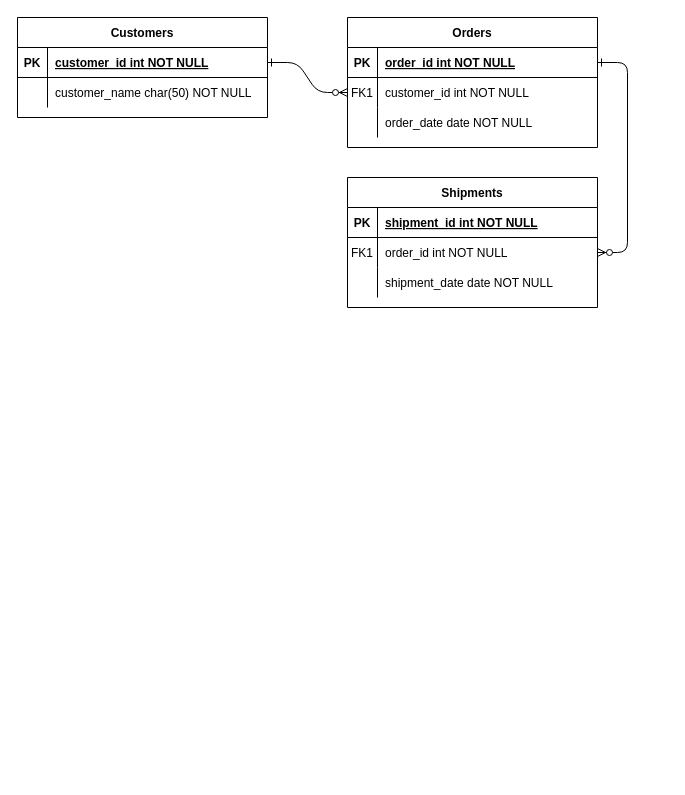
SENG330/course keeps this draw.io diagram as Untitled Diagram.drawio. Above is the earlier version. Source tidied: cells renumbered, new cells numbered last; positions are measured from the earlier drawing's top-left corner, leaving out a move shared by most shapes. Both pictures are drawn from the tidied source at 100%, with x=0, y=0 at pixel (17, 17).
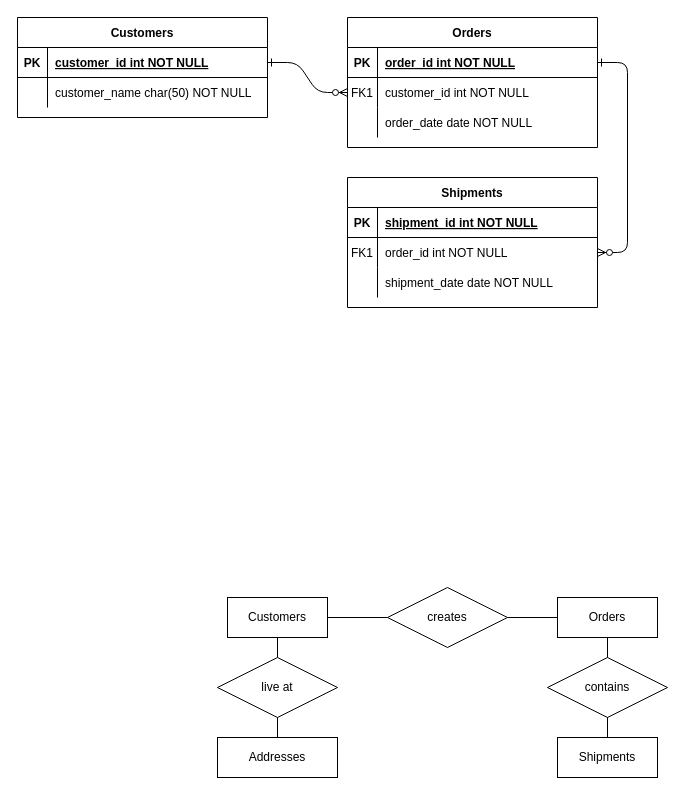
The same diagram, later.

Commit message:
Er diagram sample

Diff of the diagram source:
```diff
@@
+    <mxCell id="31" value="creates" style="shape=rhombus;perimeter=rhombusPerimeter;whiteSpace=wrap;html=1;align=center;" parent="1" vertex="1">
+      <mxGeometry x="370" y="570" width="120" height="60" as="geometry" />
+    </mxCell>
+    <mxCell id="32" value="Customers" style="whiteSpace=wrap;html=1;align=center;" parent="1" vertex="1">
+      <mxGeometry x="210" y="580" width="100" height="40" as="geometry" />
+    </mxCell>
+    <mxCell id="33" value="Orders" style="whiteSpace=wrap;html=1;align=center;" parent="1" vertex="1">
+      <mxGeometry x="540" y="580" width="100" height="40" as="geometry" />
+    </mxCell>
+    <mxCell id="34" value="Shipments" style="whiteSpace=wrap;html=1;align=center;" parent="1" vertex="1">
+      <mxGeometry x="540" y="720" width="100" height="40" as="geometry" />
+    </mxCell>
+    <mxCell id="35" value="live at" style="shape=rhombus;perimeter=rhombusPerimeter;whiteSpace=wrap;html=1;align=center;" parent="1" vertex="1">
+      <mxGeometry x="200" y="640" width="120" height="60" as="geometry" />
+    </mxCell>
+    <mxCell id="36" value="contains" style="shape=rhombus;perimeter=rhombusPerimeter;whiteSpace=wrap;html=1;align=center;" parent="1" vertex="1">
+      <mxGeometry x="530" y="640" width="120" height="60" as="geometry" />
+    </mxCell>
+    <mxCell id="37" style="endArrow=none;html=1;rounded=0;exitX=0;exitY=0.5;exitDx=0;exitDy=0;entryX=1;entryY=0.5;entryDx=0;entryDy=0;" parent="1" edge="1" source="31" target="32">
+      <mxGeometry relative="1" as="geometry" />
+    </mxCell>
+    <mxCell id="38" style="endArrow=none;html=1;rounded=0;exitX=0;exitY=0.5;exitDx=0;exitDy=0;entryX=1;entryY=0.5;entryDx=0;entryDy=0;" parent="1" edge="1" source="33" target="31">
+      <mxGeometry relative="1" as="geometry" />
+    </mxCell>
+    <mxCell id="39" style="endArrow=none;html=1;rounded=0;exitX=0.5;exitY=0;exitDx=0;exitDy=0;entryX=0.5;entryY=1;entryDx=0;entryDy=0;" parent="1" edge="1" source="35" target="32">
+      <mxGeometry relative="1" as="geometry" />
+    </mxCell>
+    <mxCell id="40" style="endArrow=none;html=1;rounded=0;entryX=0.5;entryY=1;entryDx=0;entryDy=0;exitX=0.5;exitY=0;exitDx=0;exitDy=0;" parent="1" edge="1" source="43" target="35">
+      <mxGeometry relative="1" as="geometry" />
+    </mxCell>
+    <mxCell id="41" style="endArrow=none;html=1;rounded=0;exitX=0.5;exitY=0;exitDx=0;exitDy=0;entryX=0.5;entryY=1;entryDx=0;entryDy=0;" parent="1" edge="1" source="36" target="33">
+      <mxGeometry relative="1" as="geometry" />
+    </mxCell>
+    <mxCell id="42" style="endArrow=none;html=1;rounded=0;exitX=0.5;exitY=0;exitDx=0;exitDy=0;entryX=0.5;entryY=1;entryDx=0;entryDy=0;" parent="1" edge="1" source="34" target="36">
+      <mxGeometry relative="1" as="geometry" />
+    </mxCell>
+    <mxCell id="43" value="Addresses" style="whiteSpace=wrap;html=1;" parent="1" vertex="1">
+      <mxGeometry x="200" y="720" width="120" height="40" as="geometry" />
+    </mxCell>
```
